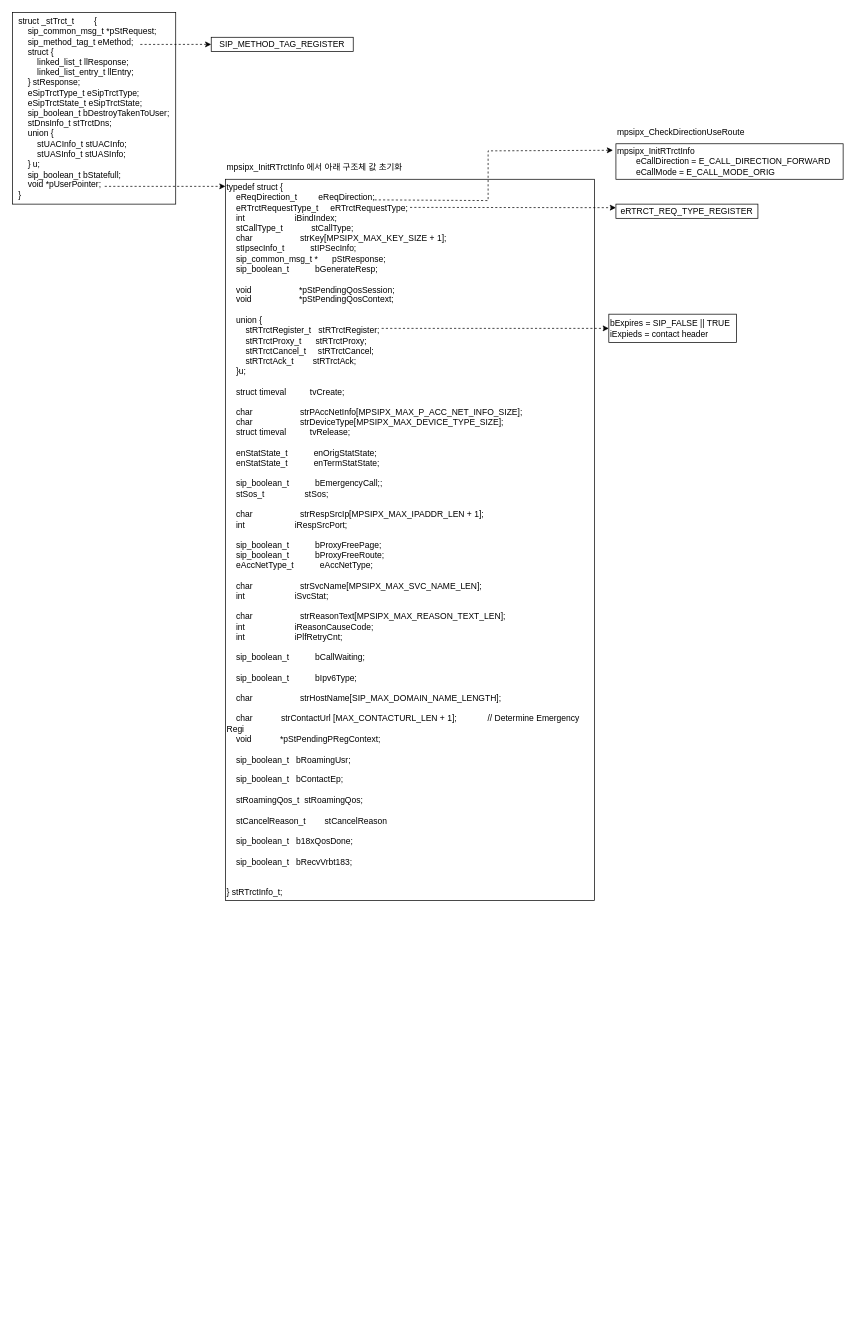
Earlier version of the draw.io diagram 구조체 정리.drawio (JaeHyeon774/NEWTIL). Source tidied: cells renumbered, new cells numbered last; positions are measured from the earlier drawing's top-left corner, leaving out a move shared by most shapes. Both pictures are drawn from the tidied source at 71%, with x=0, y=0 at pixel (12, 12).
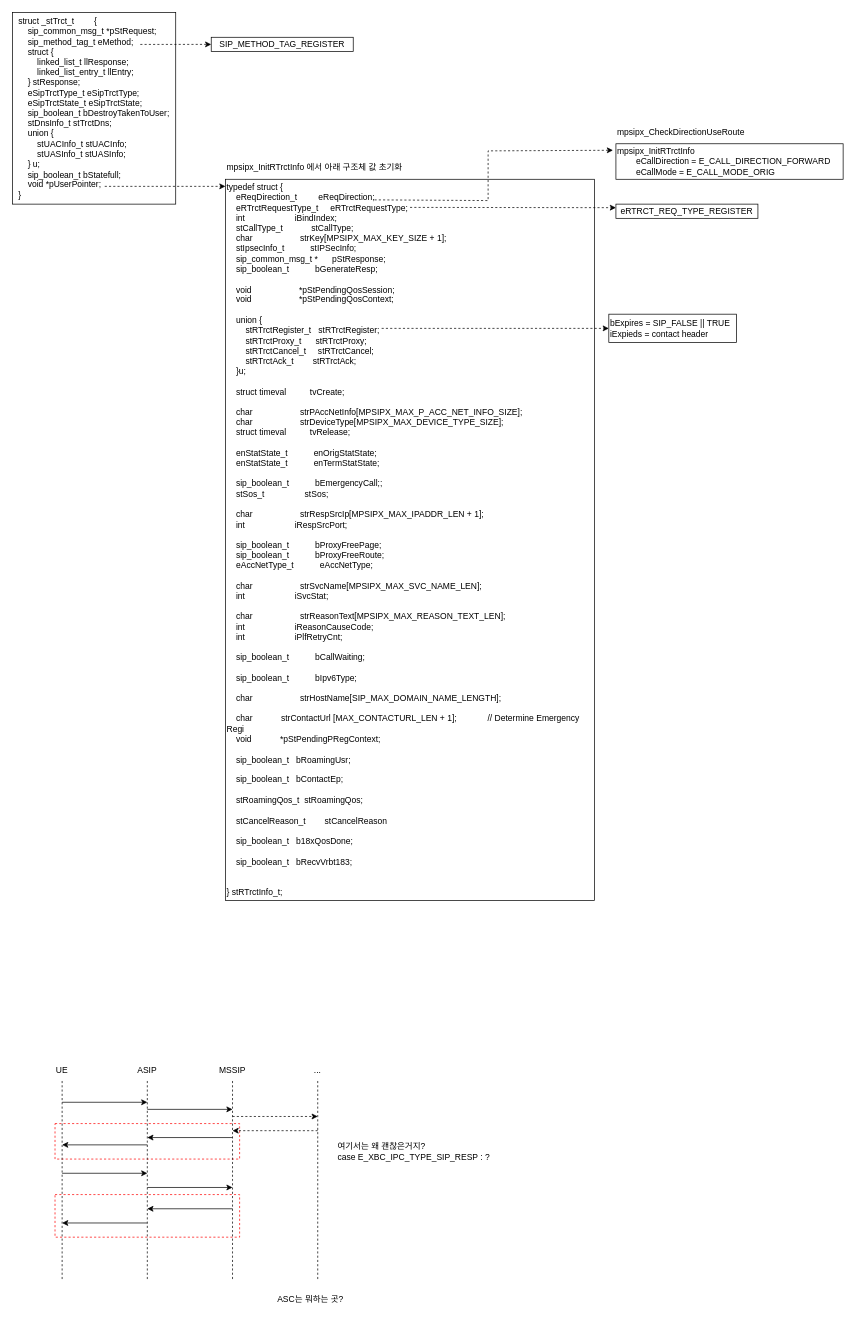
After the change.

Commit message:
구조체 정리.drawio 업데이트

What changed in the source:
```diff
@@
+    <mxCell id="15" style="rounded=0;whiteSpace=wrap;html=1;dashed=1;strokeColor=#FF0000;" parent="1" vertex="1">
+      <mxGeometry x="60" y="1565" width="260" height="50" as="geometry" />
+    </mxCell>
+    <mxCell id="16" style="rounded=0;whiteSpace=wrap;html=1;dashed=1;strokeColor=#FF0000;" parent="1" vertex="1">
+      <mxGeometry x="60" y="1665" width="260" height="60" as="geometry" />
+    </mxCell>
@@
+    <mxCell id="17" style="edgeStyle=orthogonalEdgeStyle;rounded=0;jettySize=auto;html=1;exitX=0.5;exitY=1;exitDx=0;exitDy=0;dashed=1;endArrow=none;endFill=0;" parent="1" edge="1" source="18">
+      <mxGeometry relative="1" as="geometry">
+        <mxPoint x="70" y="1785" as="targetPoint" />
+      </mxGeometry>
+    </mxCell>
+    <mxCell id="18" value="UE" style="text;html=1;align=center;verticalAlign=middle;whiteSpace=wrap;rounded=0;" parent="1" vertex="1">
+      <mxGeometry x="40" y="1475" width="60" height="30" as="geometry" />
+    </mxCell>
+    <mxCell id="19" style="edgeStyle=orthogonalEdgeStyle;rounded=0;jettySize=auto;html=1;exitX=0.5;exitY=1;exitDx=0;exitDy=0;dashed=1;endArrow=none;endFill=0;" parent="1" edge="1" source="20">
+      <mxGeometry relative="1" as="geometry">
+        <mxPoint x="190" y="1785" as="targetPoint" />
+      </mxGeometry>
+    </mxCell>
+    <mxCell id="20" value="ASIP" style="text;html=1;align=center;verticalAlign=middle;whiteSpace=wrap;rounded=0;" parent="1" vertex="1">
+      <mxGeometry x="160" y="1475" width="60" height="30" as="geometry" />
+    </mxCell>
+    <mxCell id="21" style="edgeStyle=orthogonalEdgeStyle;rounded=0;jettySize=auto;html=1;exitX=0.5;exitY=1;exitDx=0;exitDy=0;dashed=1;endArrow=none;endFill=0;" parent="1" edge="1" source="22">
+      <mxGeometry relative="1" as="geometry">
+        <mxPoint x="310" y="1785" as="targetPoint" />
+      </mxGeometry>
+    </mxCell>
+    <mxCell id="22" value="MSSIP" style="text;html=1;align=center;verticalAlign=middle;whiteSpace=wrap;rounded=0;" parent="1" vertex="1">
+      <mxGeometry x="280" y="1475" width="60" height="30" as="geometry" />
+    </mxCell>
+    <mxCell id="23" style="endArrow=classic;html=1;rounded=0;" parent="1" edge="1">
+      <mxGeometry relative="1" as="geometry">
+        <mxPoint x="70" y="1535" as="sourcePoint" />
+        <mxPoint x="190" y="1535" as="targetPoint" />
+      </mxGeometry>
+    </mxCell>
+    <mxCell id="24" style="endArrow=classic;html=1;rounded=0;" parent="1" edge="1">
+      <mxGeometry relative="1" as="geometry">
+        <mxPoint x="190" y="1545" as="sourcePoint" />
+        <mxPoint x="310" y="1545" as="targetPoint" />
+      </mxGeometry>
+    </mxCell>
+    <mxCell id="25" style="endArrow=classic;html=1;rounded=0;" parent="1" edge="1">
+      <mxGeometry relative="1" as="geometry">
+        <mxPoint x="310" y="1584.7" as="sourcePoint" />
+        <mxPoint x="190" y="1584.7" as="targetPoint" />
+      </mxGeometry>
+    </mxCell>
+    <mxCell id="26" style="endArrow=classic;html=1;rounded=0;" parent="1" edge="1">
+      <mxGeometry relative="1" as="geometry">
+        <mxPoint x="190" y="1595" as="sourcePoint" />
+        <mxPoint x="70" y="1595" as="targetPoint" />
+      </mxGeometry>
+    </mxCell>
+    <mxCell id="27" style="endArrow=classic;html=1;rounded=0;" parent="1" edge="1">
+      <mxGeometry relative="1" as="geometry">
+        <mxPoint x="70" y="1635" as="sourcePoint" />
+        <mxPoint x="190" y="1635" as="targetPoint" />
+      </mxGeometry>
+    </mxCell>
+    <mxCell id="28" style="endArrow=classic;html=1;rounded=0;" parent="1" edge="1">
+      <mxGeometry relative="1" as="geometry">
+        <mxPoint x="190" y="1655" as="sourcePoint" />
+        <mxPoint x="310" y="1655" as="targetPoint" />
+      </mxGeometry>
+    </mxCell>
+    <mxCell id="29" style="endArrow=classic;html=1;rounded=0;" parent="1" edge="1">
+      <mxGeometry relative="1" as="geometry">
+        <mxPoint x="310" y="1685" as="sourcePoint" />
+        <mxPoint x="190" y="1685" as="targetPoint" />
+      </mxGeometry>
+    </mxCell>
+    <mxCell id="30" style="endArrow=classic;html=1;rounded=0;" parent="1" edge="1">
+      <mxGeometry relative="1" as="geometry">
+        <mxPoint x="190" y="1705" as="sourcePoint" />
+        <mxPoint x="70" y="1705" as="targetPoint" />
+      </mxGeometry>
+    </mxCell>
+    <mxCell id="31" value="&lt;div style=&quot;text-align: left;&quot;&gt;&lt;span style=&quot;background-color: initial;&quot;&gt;여기서는 왜 괜찮은거지?&lt;/span&gt;&lt;/div&gt;&lt;div style=&quot;text-align: left;&quot;&gt;case E_XBC_IPC_TYPE_SIP_RESP : ?&lt;br&gt;&lt;/div&gt;" style="text;html=1;align=center;verticalAlign=middle;whiteSpace=wrap;rounded=0;" parent="1" vertex="1">
+      <mxGeometry x="450" y="1575" width="231" height="60" as="geometry" />
+    </mxCell>
+    <mxCell id="32" style="edgeStyle=orthogonalEdgeStyle;rounded=0;jettySize=auto;html=1;exitX=0.5;exitY=1;exitDx=0;exitDy=0;dashed=1;endArrow=none;endFill=0;" parent="1" edge="1" source="33">
+      <mxGeometry relative="1" as="geometry">
+        <mxPoint x="430" y="1785" as="targetPoint" />
+      </mxGeometry>
+    </mxCell>
+    <mxCell id="33" value="..." style="text;html=1;align=center;verticalAlign=middle;whiteSpace=wrap;rounded=0;" parent="1" vertex="1">
+      <mxGeometry x="400" y="1475" width="60" height="30" as="geometry" />
+    </mxCell>
+    <mxCell id="34" style="endArrow=classic;html=1;rounded=0;dashed=1;" parent="1" edge="1">
+      <mxGeometry relative="1" as="geometry">
+        <mxPoint x="310" y="1555" as="sourcePoint" />
+        <mxPoint x="430" y="1555" as="targetPoint" />
+      </mxGeometry>
+    </mxCell>
+    <mxCell id="35" style="endArrow=classic;html=1;rounded=0;dashed=1;" parent="1" edge="1">
+      <mxGeometry relative="1" as="geometry">
+        <mxPoint x="430" y="1575" as="sourcePoint" />
+        <mxPoint x="310" y="1575" as="targetPoint" />
+      </mxGeometry>
+    </mxCell>
+    <mxCell id="36" value="ASC는 뭐하는 곳?&lt;div&gt;&lt;br&gt;&lt;/div&gt;" style="text;html=1;align=center;verticalAlign=middle;whiteSpace=wrap;rounded=0;" parent="1" vertex="1">
+      <mxGeometry x="340" y="1805" width="160" height="30" as="geometry" />
+    </mxCell>
```
